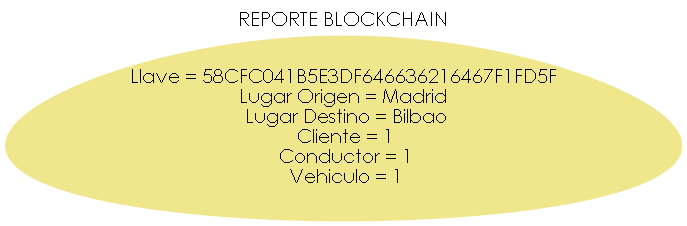
Above: Proyecto2_201700733_201709166/ReporteBC.png in ByLy23/EDD_Jun_2020_201700733_P2_201709166 (Graphviz), before the change. Its source is kept beside it as Proyecto2_201700733_201709166/ReporteBC.dot.
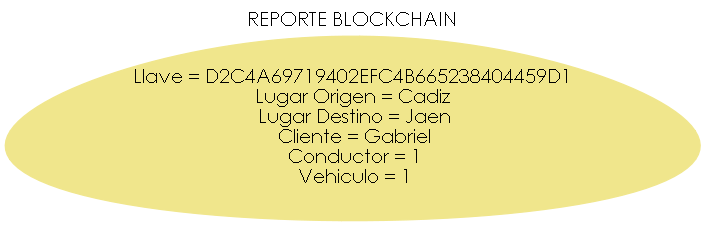
Later version of the same file.

Change to the diagram source:
```diff
@@ -1,6 +1,7 @@
 digraph G {
+
  rankdir=LR;
  node[shape = egg, style=filled, color = khaki, fontname = "Century Gothic"]; graph [fontname = "Century Gothic"];
 labelloc = "t;"label = "REPORTE BLOCKCHAIN";
-x58CFC041B5E3DF646636216467F1FD5F[dir=both label = "Llave = 58CFC041B5E3DF646636216467F1FD5F\nLugar Origen = Madrid\n Lugar Destino = Bilbao\n Cliente = 1\n Conductor = 1\n Vehiculo = 1"]
+xD2C4A69719402EFC4B665238404459D1[dir=both label = "Llave = D2C4A69719402EFC4B665238404459D1\nLugar Origen = Cadiz\n Lugar Destino = Jaen\n Cliente = Gabriel\n Conductor = 1\n Vehiculo = 1"]
 }
```
